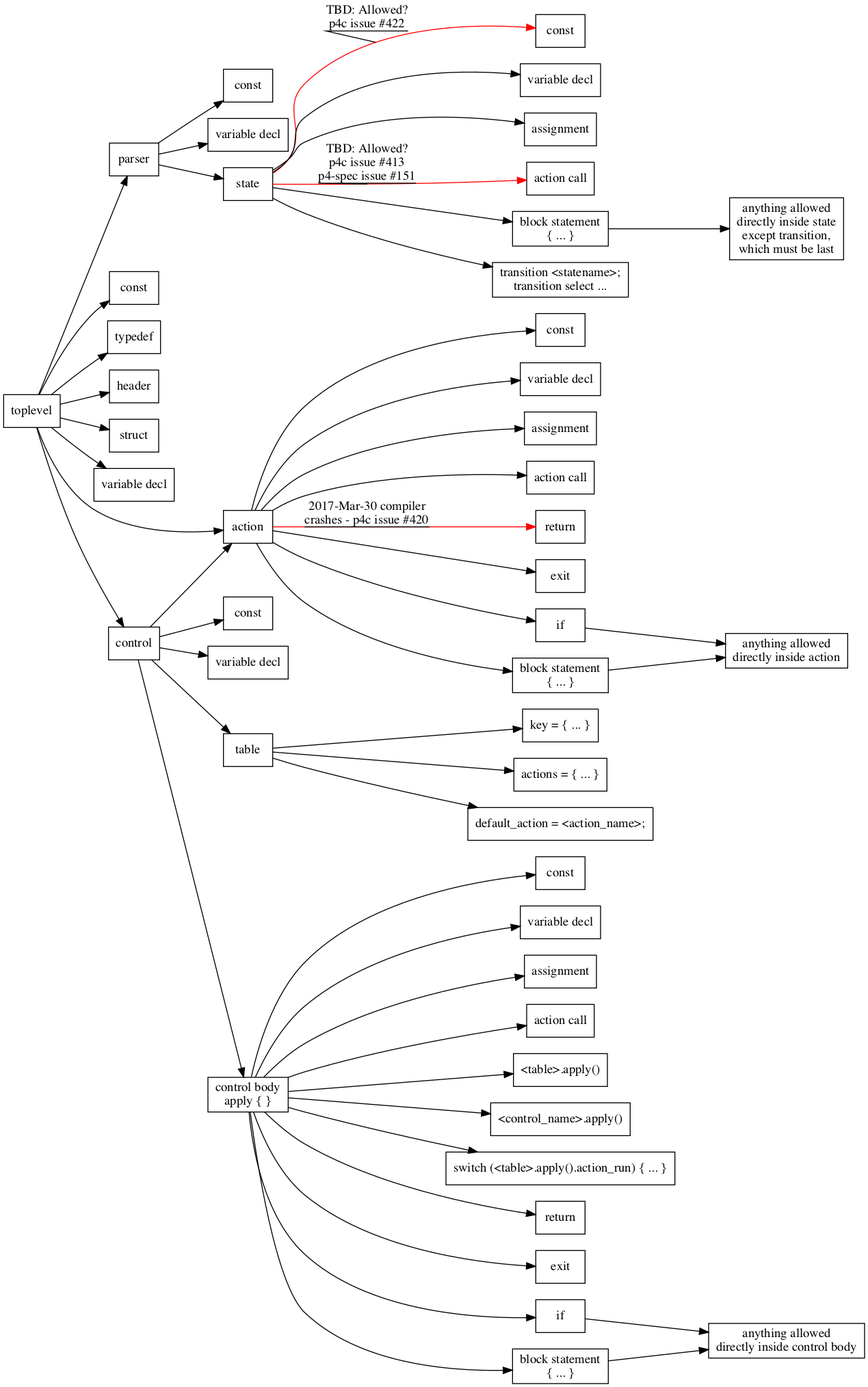
Before: p4-16-allowed-constructs.png, a diagram exported from Graphviz (jafingerhut/p4-guide). Its source is kept beside it as p4-16-allowed-constructs.dot.
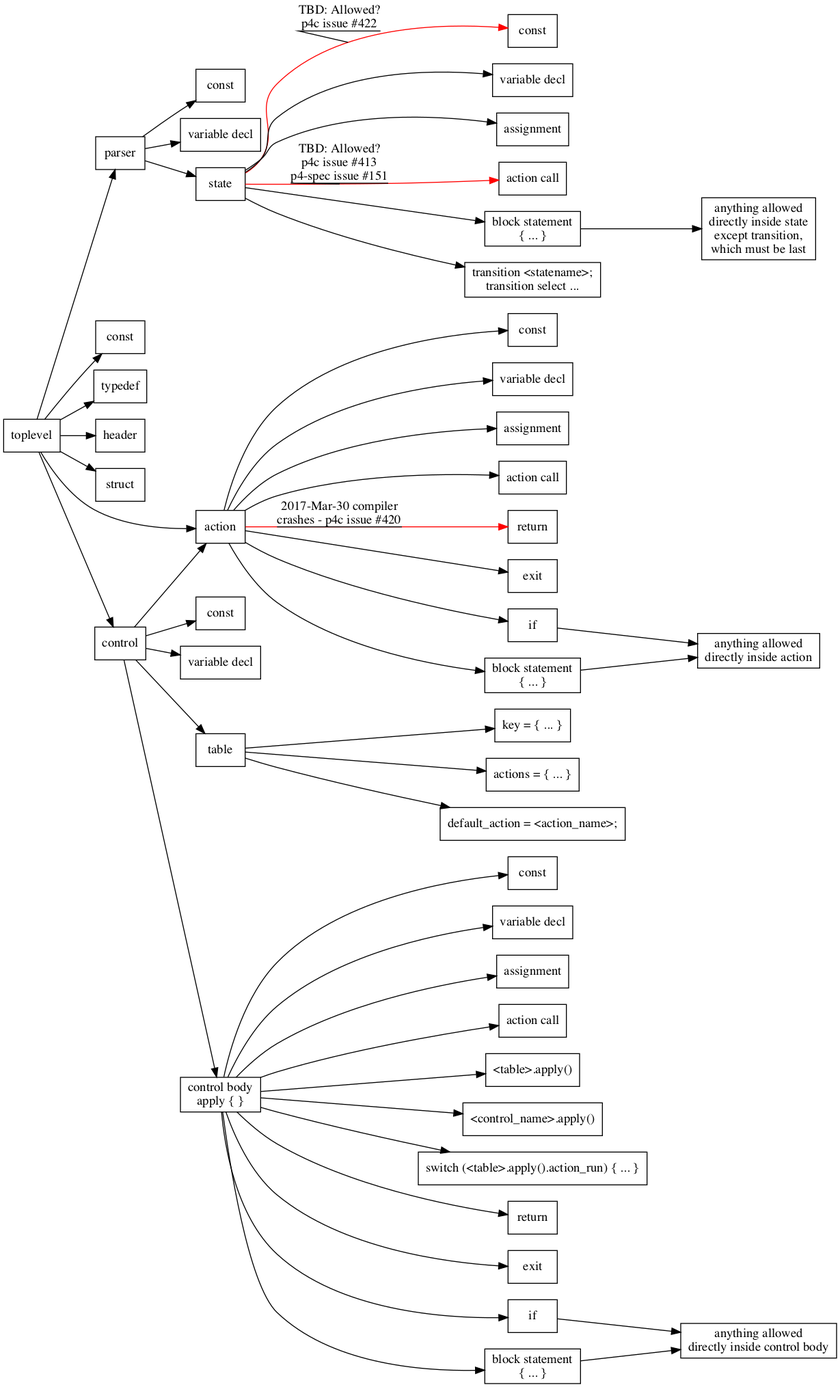
After the commit.

Commit message:
Correct mistake in allowed constructs - variable decls not allowed at top level

What changed in the source:
```diff
@@ -14,8 +14,6 @@
     headerTypeDeclaration [label="header"];
     toplevel -> structTypeDeclaration;
     structTypeDeclaration [label="struct"];
-    toplevel -> variableDeclaration1;
-    variableDeclaration1 [label="variable decl"];
     toplevel -> actionDeclaration;
     actionDeclaration [label="action"];
     toplevel -> controlDeclaration;
```
